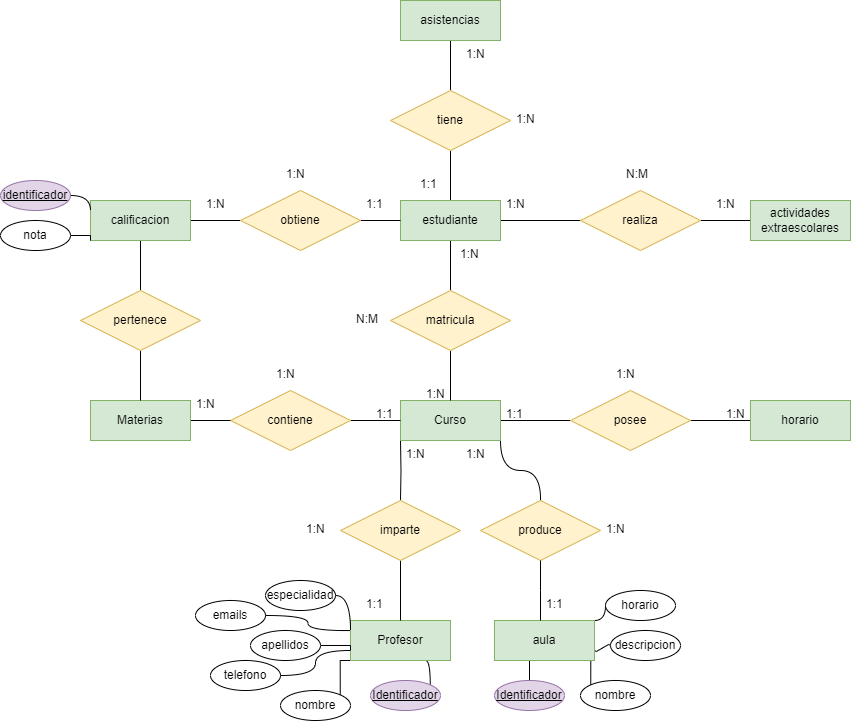
This is Unidad-1/Tareas/Tarea-8/tarea8.drawio.png from jdrguez/2-Daw, a draw.io export, as it was before one commit. Source tidied: cells renumbered, new cells last; positions are measured from the earlier drawing's top-left corner, leaving out a move shared by most shapes.
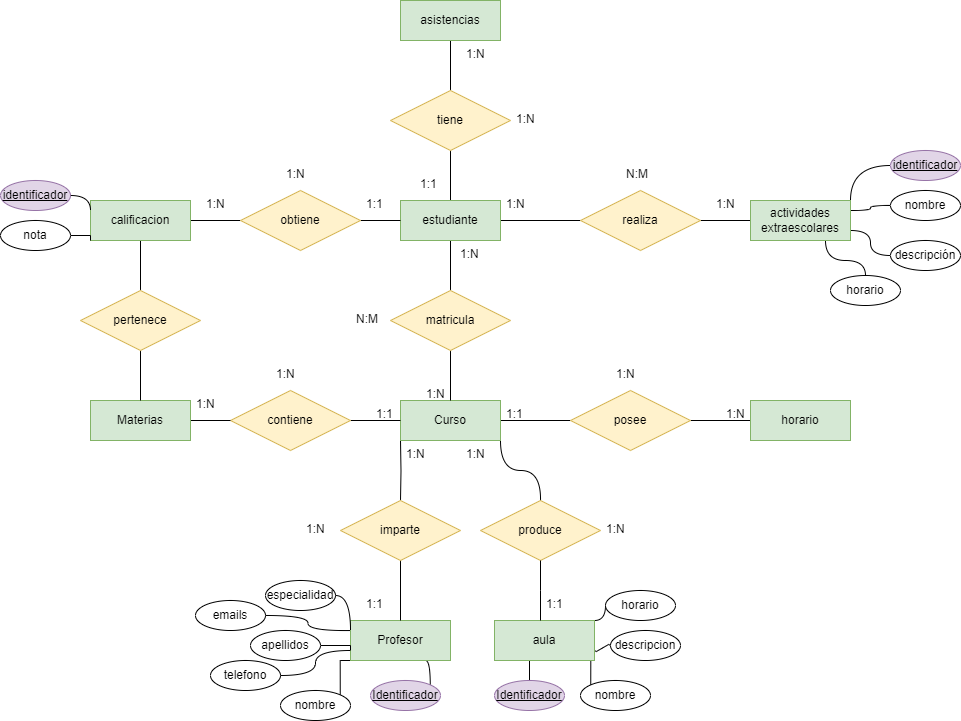
Above is the later version.

The edit, as a diff of the source:
```diff
@@ -87,6 +87,18 @@
     <mxCell id="28" value="realiza" style="shape=rhombus;perimeter=rhombusPerimeter;whiteSpace=wrap;html=1;align=center;fillColor=#fff2cc;strokeColor=#d6b656;" parent="1" vertex="1">
       <mxGeometry x="580" y="190" width="120" height="60" as="geometry" />
     </mxCell>
+    <mxCell id="86" style="edgeStyle=orthogonalEdgeStyle;rounded=0;jettySize=auto;html=1;exitX=1;exitY=0;exitDx=0;exitDy=0;entryX=0;entryY=0.5;entryDx=0;entryDy=0;curved=1;endArrow=none;endFill=0;" parent="1" edge="1" source="29" target="90">
+      <mxGeometry relative="1" as="geometry" />
+    </mxCell>
+    <mxCell id="87" style="edgeStyle=orthogonalEdgeStyle;rounded=0;jettySize=auto;html=1;exitX=1;exitY=0.25;exitDx=0;exitDy=0;entryX=0;entryY=0.5;entryDx=0;entryDy=0;curved=1;endArrow=none;endFill=0;" parent="1" edge="1" source="29" target="91">
+      <mxGeometry relative="1" as="geometry" />
+    </mxCell>
+    <mxCell id="88" style="edgeStyle=orthogonalEdgeStyle;rounded=0;jettySize=auto;html=1;exitX=1;exitY=0.75;exitDx=0;exitDy=0;entryX=0;entryY=0.5;entryDx=0;entryDy=0;curved=1;endArrow=none;endFill=0;" parent="1" edge="1" source="29" target="92">
+      <mxGeometry relative="1" as="geometry" />
+    </mxCell>
+    <mxCell id="89" style="edgeStyle=orthogonalEdgeStyle;rounded=0;jettySize=auto;html=1;exitX=0.75;exitY=1;exitDx=0;exitDy=0;entryX=0.5;entryY=0;entryDx=0;entryDy=0;curved=1;endArrow=none;endFill=0;" parent="1" edge="1" source="29" target="93">
+      <mxGeometry relative="1" as="geometry" />
+    </mxCell>
     <mxCell id="29" value="&lt;div&gt;actividades&lt;/div&gt;&lt;div&gt;extraescolares&lt;br&gt;&lt;/div&gt;" style="whiteSpace=wrap;html=1;align=center;fillColor=#d5e8d4;strokeColor=#82b366;" parent="1" vertex="1">
       <mxGeometry x="750" y="200" width="100" height="40" as="geometry" />
     </mxCell>
@@ -262,5 +274,17 @@
     <mxCell id="85" value="nota" style="ellipse;whiteSpace=wrap;html=1;align=center;" parent="1" vertex="1">
       <mxGeometry y="220" width="70" height="30" as="geometry" />
     </mxCell>
+    <mxCell id="90" value="&lt;u&gt;identificador&lt;/u&gt;" style="ellipse;whiteSpace=wrap;html=1;align=center;fillColor=#e1d5e7;strokeColor=#9673a6;" parent="1" vertex="1">
+      <mxGeometry x="890" y="150" width="70" height="30" as="geometry" />
+    </mxCell>
+    <mxCell id="91" value="nombre" style="ellipse;whiteSpace=wrap;html=1;align=center;" parent="1" vertex="1">
+      <mxGeometry x="890" y="190" width="70" height="30" as="geometry" />
+    </mxCell>
+    <mxCell id="92" value="descripción" style="ellipse;whiteSpace=wrap;html=1;align=center;" parent="1" vertex="1">
+      <mxGeometry x="890" y="240" width="70" height="30" as="geometry" />
+    </mxCell>
+    <mxCell id="93" value="horario" style="ellipse;whiteSpace=wrap;html=1;align=center;" parent="1" vertex="1">
+      <mxGeometry x="830" y="275" width="70" height="30" as="geometry" />
+    </mxCell>
   </root>
 </mxGraphModel>
```
